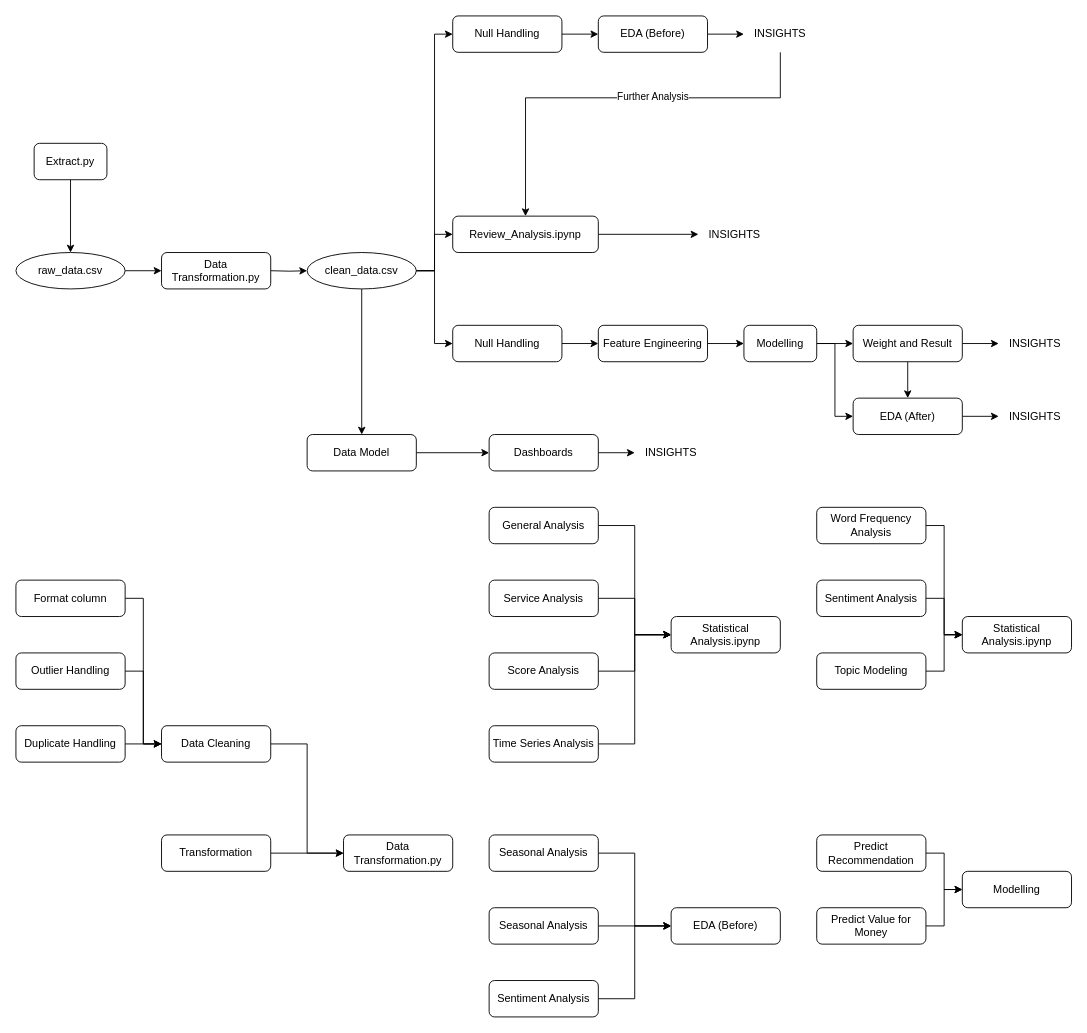
The draw.io diagram diagram/Flow Chart.drawio in MarkPhamm/British-Airway, before the edit. Source tidied: cells renumbered, new cells numbered last; positions are measured from the earlier drawing's top-left corner, leaving out a move shared by most shapes. Both pictures are drawn from the tidied source at 91%, with x=0, y=0 at pixel (15, 15).
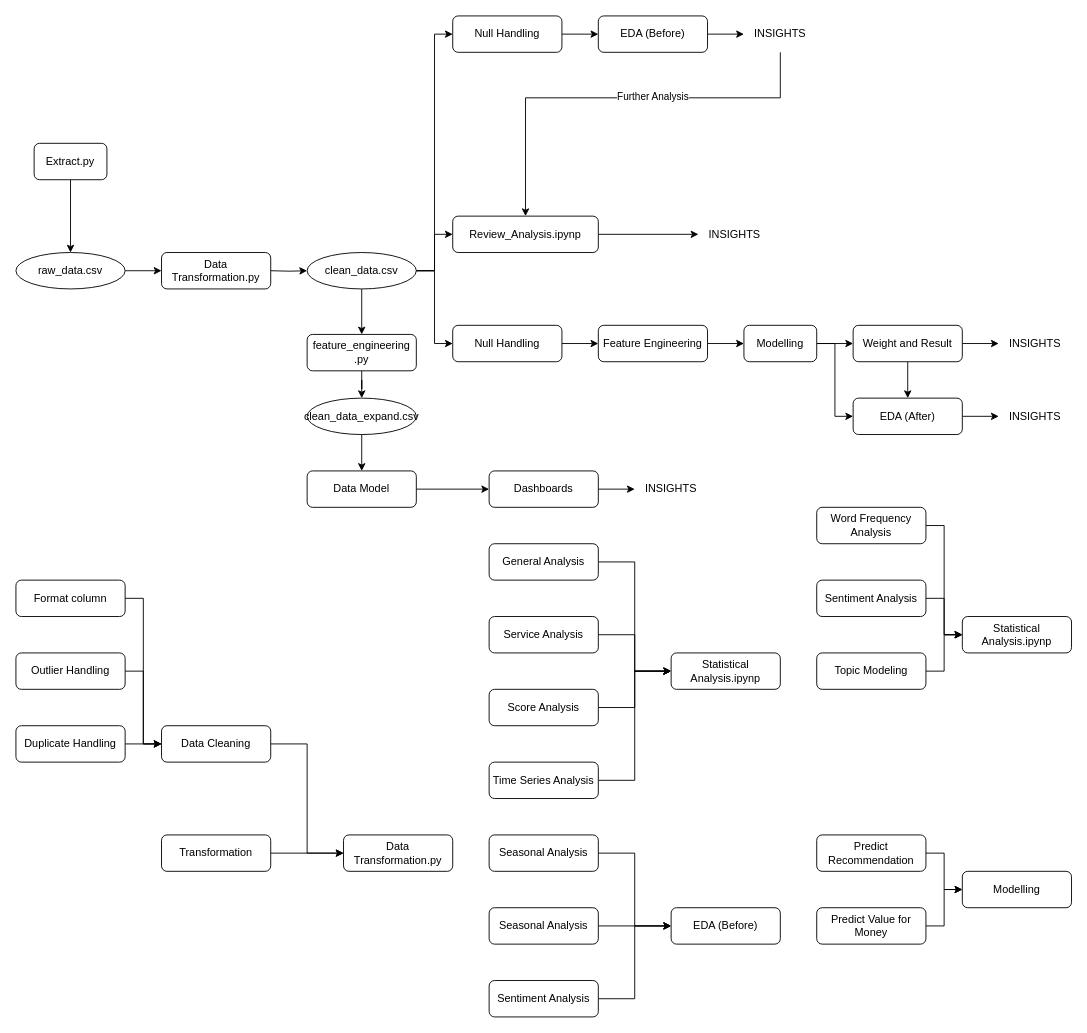
Above is the later version.

Unchanged cells that the change refers to:
```xml
<mxCell id="11" value="clean_data.csv" style="ellipse;whiteSpace=wrap;html=1;rounded=1;glass=0;strokeWidth=1;shadow=0;" parent="1" vertex="1">
  <mxGeometry x="320" y="260" width="120" height="40" as="geometry" />
</mxCell>
```

Diff of the diagram source:
```diff
@@
-    <mxCell id="9" style="rounded=0;jettySize=auto;html=1;entryX=0.5;entryY=0;entryDx=0;entryDy=0;" parent="1" edge="1" source="11" target="80">
+    <mxCell id="9" style="rounded=0;jettySize=auto;html=1;entryX=0.5;entryY=0;entryDx=0;entryDy=0;exitX=0.5;exitY=1;exitDx=0;exitDy=0;" parent="1" edge="1" source="82" target="80">
       <mxGeometry relative="1" as="geometry" />
     </mxCell>
@@
+    <mxCell id="81" style="edgeStyle=orthogonalEdgeStyle;rounded=0;jettySize=auto;html=1;entryX=0.5;entryY=0;entryDx=0;entryDy=0;" parent="1" edge="1" source="11" target="84">
+      <mxGeometry relative="1" as="geometry" />
+    </mxCell>
@@
-    <mxCell id="20" style="edgeStyle=orthogonalEdgeStyle;rounded=0;jettySize=auto;html=1;entryX=0;entryY=0.5;entryDx=0;entryDy=0;" parent="1" edge="1" source="21" target="23">
+    <mxCell id="20" style="edgeStyle=orthogonalEdgeStyle;rounded=0;jettySize=auto;html=1;" parent="1" edge="1" source="21" target="23">
       <mxGeometry relative="1" as="geometry" />
     </mxCell>
     <mxCell id="21" value="Dashboards" style="rounded=1;whiteSpace=wrap;html=1;" parent="1" vertex="1">
-      <mxGeometry x="520" y="460" width="120" height="40" as="geometry" />
+      <mxGeometry x="520" y="500" width="120" height="40" as="geometry" />
     </mxCell>
@@
     <mxCell id="23" value="INSIGHTS" style="text;html=1;align=center;verticalAlign=middle;whiteSpace=wrap;rounded=0;" parent="1" vertex="1">
-      <mxGeometry x="680" y="460" width="80" height="40" as="geometry" />
+      <mxGeometry x="680" y="500" width="80" height="40" as="geometry" />
     </mxCell>
@@
     <mxCell id="52" style="edgeStyle=orthogonalEdgeStyle;rounded=0;jettySize=auto;html=1;" parent="1" edge="1" source="53">
       <mxGeometry relative="1" as="geometry">
-        <mxPoint x="720" y="680" as="targetPoint" />
+        <mxPoint x="720" y="720" as="targetPoint" />
         <Array as="points">
-          <mxPoint x="680" y="640" />
           <mxPoint x="680" y="680" />
+          <mxPoint x="680" y="720" />
         </Array>
       </mxGeometry>
     </mxCell>
     <mxCell id="53" value="Service Analysis" style="rounded=1;whiteSpace=wrap;html=1;" parent="1" vertex="1">
-      <mxGeometry x="520" y="620" width="120" height="40" as="geometry" />
+      <mxGeometry x="520" y="660" width="120" height="40" as="geometry" />
     </mxCell>
@@
     <mxCell id="55" value="Score Analysis" style="rounded=1;whiteSpace=wrap;html=1;" parent="1" vertex="1">
-      <mxGeometry x="520" y="700" width="120" height="40" as="geometry" />
+      <mxGeometry x="520" y="740" width="120" height="40" as="geometry" />
     </mxCell>
@@
     <mxCell id="57" value="Time Series Analysis" style="rounded=1;whiteSpace=wrap;html=1;" parent="1" vertex="1">
-      <mxGeometry x="520" y="780" width="120" height="40" as="geometry" />
+      <mxGeometry x="520" y="820" width="120" height="40" as="geometry" />
     </mxCell>
@@
     <mxCell id="59" value="General Analysis" style="rounded=1;whiteSpace=wrap;html=1;" parent="1" vertex="1">
-      <mxGeometry x="520" y="540" width="120" height="40" as="geometry" />
+      <mxGeometry x="520" y="580" width="120" height="40" as="geometry" />
     </mxCell>
@@
     <mxCell id="66" value="Statistical Analysis.ipynp" style="rounded=1;whiteSpace=wrap;html=1;fontSize=12;glass=0;strokeWidth=1;shadow=0;" parent="1" vertex="1">
-      <mxGeometry x="720" y="660" width="120" height="40" as="geometry" />
+      <mxGeometry x="720" y="700" width="120" height="40" as="geometry" />
     </mxCell>
@@
     <mxCell id="80" value="Data Model" style="rounded=1;whiteSpace=wrap;html=1;" parent="1" vertex="1">
-      <mxGeometry x="320" y="460" width="120" height="40" as="geometry" />
+      <mxGeometry x="320" y="500" width="120" height="40" as="geometry" />
     </mxCell>
+    <mxCell id="82" value="clean_data_expand.csv" style="ellipse;whiteSpace=wrap;html=1;rounded=1;glass=0;strokeWidth=1;shadow=0;" parent="1" vertex="1">
+      <mxGeometry x="320" y="420" width="120" height="40" as="geometry" />
+    </mxCell>
+    <mxCell id="83" style="edgeStyle=orthogonalEdgeStyle;rounded=0;jettySize=auto;html=1;entryX=0.5;entryY=0;entryDx=0;entryDy=0;" parent="1" edge="1" source="84" target="82">
+      <mxGeometry relative="1" as="geometry" />
+    </mxCell>
+    <mxCell id="84" value="feature_engineering&lt;div&gt;&lt;span style=&quot;background-color: initial;&quot;&gt;.py&lt;/span&gt;&lt;/div&gt;" style="rounded=1;whiteSpace=wrap;html=1;glass=0;strokeWidth=1;shadow=0;" parent="1" vertex="1">
+      <mxGeometry x="320" y="350" width="120" height="40" as="geometry" />
+    </mxCell>
```
